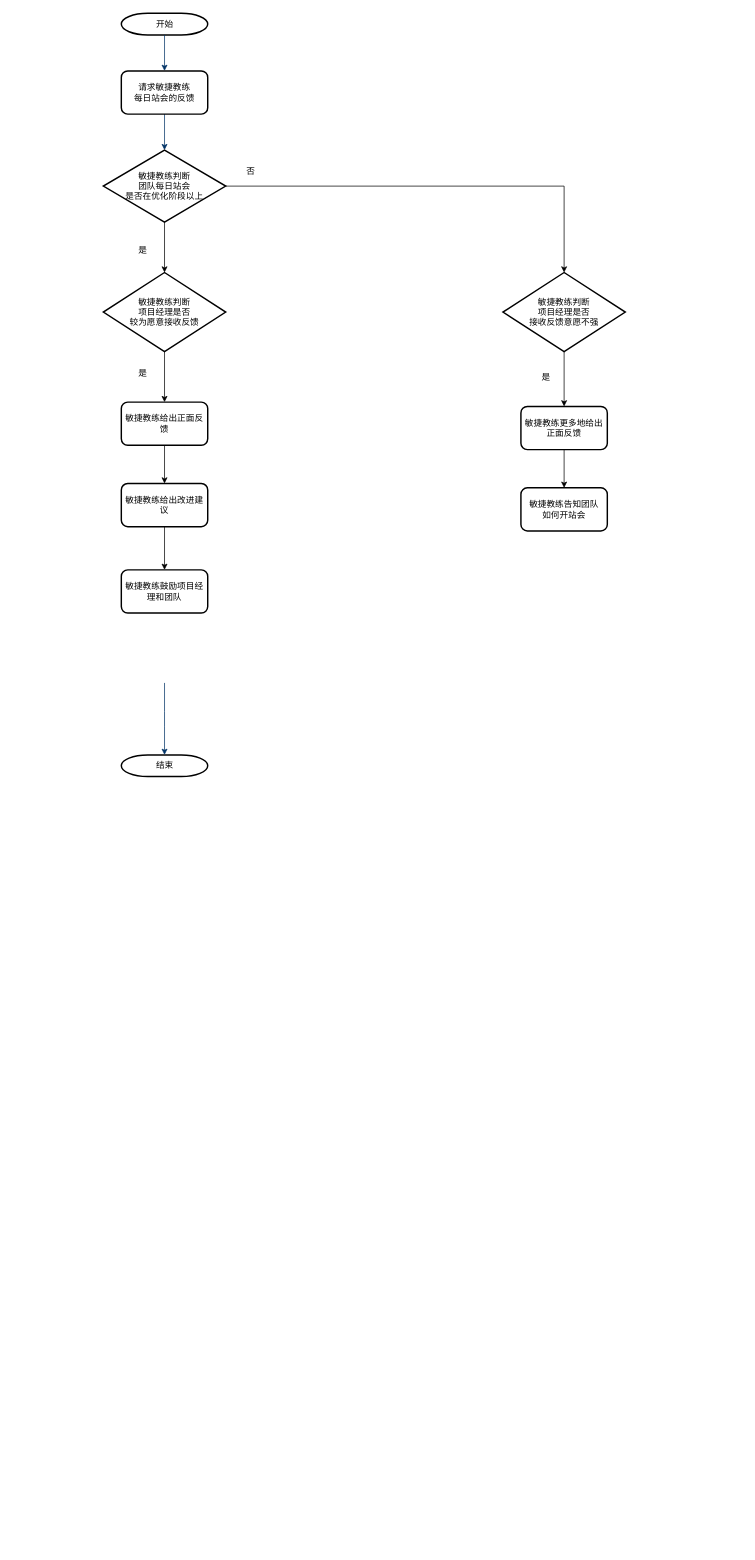
Above: 项目经理请求每日站会反馈流程.drawio in notox/2048 (draw.io), before the change. Source tidied: cells renumbered, new cells numbered last; positions are measured from the earlier drawing's top-left corner, leaving out a move shared by most shapes. Both pictures are drawn from the tidied source at 72%, with x=0, y=0 at pixel (103, 13).
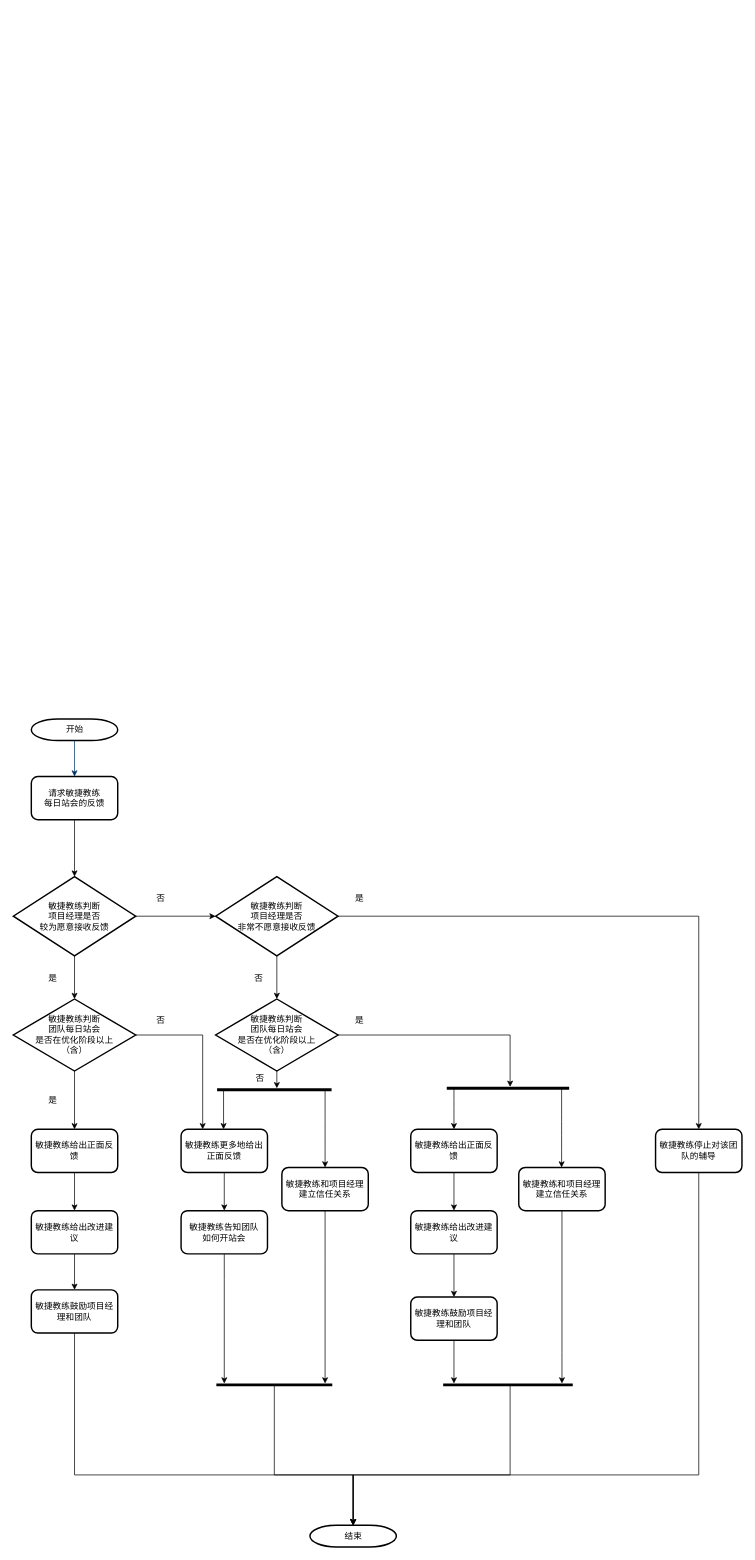
The same page after the edit.

Commit message (it also covers changes not shown here):
Update 项目经理请求每日站会反馈流程.drawio

The edit, as a diff of the source:
```diff
@@
     <mxCell id="2" value="开始" style="shape=mxgraph.flowchart.terminator;strokeWidth=2;gradientColor=none;gradientDirection=north;fontStyle=0;html=1;" parent="1" vertex="1">
-      <mxGeometry x="25" width="120" height="30" as="geometry" />
+      <mxGeometry x="-100" y="980" width="120" height="30" as="geometry" />
     </mxCell>
@@
-    <mxCell id="4" style="fontStyle=1;strokeColor=#003366;strokeWidth=1;html=1;exitX=0.5;exitY=1;exitDx=0;exitDy=0;" parent="1" edge="1" source="7">
-      <mxGeometry relative="1" as="geometry">
-        <mxPoint x="85" y="190" as="targetPoint" />
-      </mxGeometry>
-    </mxCell>
     <mxCell id="5" value="结束" style="shape=mxgraph.flowchart.terminator;strokeWidth=2;gradientColor=none;gradientDirection=north;fontStyle=0;html=1;" parent="1" vertex="1">
-      <mxGeometry x="25" y="1030" width="120" height="30" as="geometry" />
+      <mxGeometry x="287" y="2100" width="120" height="30" as="geometry" />
     </mxCell>
-    <mxCell id="6" style="edgeStyle=elbowEdgeStyle;elbow=vertical;exitX=0.5;exitY=1;exitPerimeter=0;entryX=0.5;entryY=0;entryPerimeter=0;fontStyle=1;strokeColor=#003366;strokeWidth=1;html=1;" parent="1" edge="1" target="5">
-      <mxGeometry y="-820" as="geometry">
-        <mxPoint x="85" y="930" as="sourcePoint" />
-      </mxGeometry>
-    </mxCell>
+    <mxCell id="27" style="edgeStyle=orthogonalEdgeStyle;rounded=0;jettySize=auto;html=1;exitX=0.5;exitY=1;exitDx=0;exitDy=0;" parent="1" edge="1" source="7" target="12">
+      <mxGeometry relative="1" as="geometry" />
+    </mxCell>
     <mxCell id="7" value="请求敏捷教练&lt;br&gt;每日站会的反馈" style="rounded=1;whiteSpace=wrap;html=1;gradientColor=none;strokeWidth=2;" parent="1" vertex="1">
-      <mxGeometry x="25" y="80" width="120" height="60" as="geometry" />
+      <mxGeometry x="-100" y="1060" width="120" height="60" as="geometry" />
     </mxCell>
-    <mxCell id="8" style="edgeStyle=orthogonalEdgeStyle;rounded=0;jettySize=auto;html=1;exitX=0.5;exitY=1;exitDx=0;exitDy=0;entryX=0.5;entryY=0;entryDx=0;entryDy=0;" parent="1" edge="1" source="10" target="12">
-      <mxGeometry relative="1" as="geometry" />
-    </mxCell>
-    <mxCell id="9" style="edgeStyle=orthogonalEdgeStyle;rounded=0;jettySize=auto;html=1;exitX=1;exitY=0.5;exitDx=0;exitDy=0;entryX=0.5;entryY=0;entryDx=0;entryDy=0;" parent="1" edge="1" source="10" target="25">
-      <mxGeometry relative="1" as="geometry" />
-    </mxCell>
-    <mxCell id="10" value="敏捷教练判断&lt;br&gt;团队每日站会&lt;br&gt;是否在优化阶段以上" style="rhombus;whiteSpace=wrap;html=1;strokeWidth=2;gradientColor=none;" parent="1" vertex="1">
-      <mxGeometry y="190" width="170" height="100" as="geometry" />
-    </mxCell>
-    <mxCell id="11" style="edgeStyle=orthogonalEdgeStyle;rounded=0;jettySize=auto;html=1;exitX=0.5;exitY=1;exitDx=0;exitDy=0;" parent="1" edge="1" source="12" target="16">
-      <mxGeometry relative="1" as="geometry" />
-    </mxCell>
+    <mxCell id="28" style="edgeStyle=orthogonalEdgeStyle;rounded=0;jettySize=auto;html=1;exitX=1;exitY=0.5;exitDx=0;exitDy=0;" parent="1" edge="1" source="12" target="50">
+      <mxGeometry relative="1" as="geometry" />
+    </mxCell>
+    <mxCell id="29" style="edgeStyle=orthogonalEdgeStyle;rounded=0;jettySize=auto;html=1;exitX=0.5;exitY=1;exitDx=0;exitDy=0;entryX=0.5;entryY=0;entryDx=0;entryDy=0;" parent="1" edge="1" source="31" target="36">
+      <mxGeometry relative="1" as="geometry" />
+    </mxCell>
+    <mxCell id="30" style="edgeStyle=orthogonalEdgeStyle;rounded=0;jettySize=auto;html=1;exitX=1;exitY=0.5;exitDx=0;exitDy=0;entryX=0.25;entryY=0;entryDx=0;entryDy=0;" parent="1" edge="1" source="31" target="22">
+      <mxGeometry relative="1" as="geometry">
+        <Array as="points">
+          <mxPoint x="138" y="1419" />
+        </Array>
+      </mxGeometry>
+    </mxCell>
+    <mxCell id="31" value="敏捷教练判断&lt;br&gt;团队每日站会&lt;br&gt;是否在优化阶段以上&lt;br&gt;（含）" style="rhombus;whiteSpace=wrap;html=1;strokeWidth=2;gradientColor=none;" parent="1" vertex="1">
+      <mxGeometry x="-125" y="1369" width="170" height="100" as="geometry" />
+    </mxCell>
+    <mxCell id="32" style="edgeStyle=orthogonalEdgeStyle;rounded=0;jettySize=auto;html=1;exitX=0.5;exitY=1;exitDx=0;exitDy=0;" parent="1" edge="1" source="12" target="31">
+      <mxGeometry relative="1" as="geometry" />
+    </mxCell>
     <mxCell id="12" value="敏捷教练判断&lt;br&gt;项目经理是否&lt;br&gt;较为愿意接收反馈" style="rhombus;whiteSpace=wrap;html=1;strokeWidth=2;gradientColor=none;" parent="1" vertex="1">
-      <mxGeometry y="360" width="170" height="110" as="geometry" />
+      <mxGeometry x="-125" y="1199" width="170" height="110" as="geometry" />
     </mxCell>
-    <mxCell id="13" value="是" style="text;html=1;strokeColor=none;fillColor=none;align=center;verticalAlign=middle;whiteSpace=wrap;rounded=0;" parent="1" vertex="1">
-      <mxGeometry x="35" y="320" width="40" height="20" as="geometry" />
-    </mxCell>
-    <mxCell id="14" value="是" style="text;html=1;strokeColor=none;fillColor=none;align=center;verticalAlign=middle;whiteSpace=wrap;rounded=0;" parent="1" vertex="1">
-      <mxGeometry x="35" y="490" width="40" height="20" as="geometry" />
-    </mxCell>
-    <mxCell id="15" style="edgeStyle=orthogonalEdgeStyle;rounded=0;jettySize=auto;html=1;exitX=0.5;exitY=1;exitDx=0;exitDy=0;entryX=0.5;entryY=0;entryDx=0;entryDy=0;" parent="1" edge="1" source="16" target="18">
-      <mxGeometry relative="1" as="geometry" />
-    </mxCell>
-    <mxCell id="16" value="敏捷教练给出正面反馈" style="rounded=1;whiteSpace=wrap;html=1;gradientColor=none;strokeWidth=2;" parent="1" vertex="1">
-      <mxGeometry x="25" y="540" width="120" height="60" as="geometry" />
-    </mxCell>
-    <mxCell id="17" style="edgeStyle=orthogonalEdgeStyle;rounded=0;jettySize=auto;html=1;exitX=0.5;exitY=1;exitDx=0;exitDy=0;entryX=0.5;entryY=0;entryDx=0;entryDy=0;" parent="1" edge="1" source="18" target="19">
-      <mxGeometry relative="1" as="geometry" />
-    </mxCell>
-    <mxCell id="18" value="敏捷教练给出改进建议" style="rounded=1;whiteSpace=wrap;html=1;gradientColor=none;strokeWidth=2;" parent="1" vertex="1">
-      <mxGeometry x="25" y="653" width="120" height="60" as="geometry" />
-    </mxCell>
-    <mxCell id="19" value="敏捷教练鼓励项目经理和团队" style="rounded=1;whiteSpace=wrap;html=1;gradientColor=none;strokeWidth=2;" parent="1" vertex="1">
-      <mxGeometry x="25" y="773" width="120" height="60" as="geometry" />
-    </mxCell>
-    <mxCell id="20" value="否" style="text;html=1;strokeColor=none;fillColor=none;align=center;verticalAlign=middle;whiteSpace=wrap;rounded=0;" parent="1" vertex="1">
-      <mxGeometry x="185" y="210" width="40" height="20" as="geometry" />
-    </mxCell>
+    <mxCell id="33" value="是" style="text;html=1;strokeColor=none;fillColor=none;align=center;verticalAlign=middle;whiteSpace=wrap;rounded=0;" parent="1" vertex="1">
+      <mxGeometry x="-90" y="1330" width="40" height="20" as="geometry" />
+    </mxCell>
+    <mxCell id="34" value="是" style="text;html=1;strokeColor=none;fillColor=none;align=center;verticalAlign=middle;whiteSpace=wrap;rounded=0;" parent="1" vertex="1">
+      <mxGeometry x="-90" y="1500" width="40" height="20" as="geometry" />
+    </mxCell>
+    <mxCell id="35" style="edgeStyle=orthogonalEdgeStyle;rounded=0;jettySize=auto;html=1;exitX=0.5;exitY=1;exitDx=0;exitDy=0;entryX=0.5;entryY=0;entryDx=0;entryDy=0;" parent="1" edge="1" source="36" target="38">
+      <mxGeometry relative="1" as="geometry" />
+    </mxCell>
+    <mxCell id="36" value="敏捷教练给出正面反馈" style="rounded=1;whiteSpace=wrap;html=1;gradientColor=none;strokeWidth=2;" parent="1" vertex="1">
+      <mxGeometry x="-100" y="1550" width="120" height="60" as="geometry" />
+    </mxCell>
+    <mxCell id="37" style="edgeStyle=orthogonalEdgeStyle;rounded=0;jettySize=auto;html=1;exitX=0.5;exitY=1;exitDx=0;exitDy=0;entryX=0.5;entryY=0;entryDx=0;entryDy=0;" parent="1" edge="1" source="38" target="40">
+      <mxGeometry relative="1" as="geometry" />
+    </mxCell>
+    <mxCell id="38" value="敏捷教练给出改进建议" style="rounded=1;whiteSpace=wrap;html=1;gradientColor=none;strokeWidth=2;" parent="1" vertex="1">
+      <mxGeometry x="-100" y="1663" width="120" height="60" as="geometry" />
+    </mxCell>
+    <mxCell id="39" style="edgeStyle=orthogonalEdgeStyle;rounded=0;jettySize=auto;html=1;exitX=0.5;exitY=1;exitDx=0;exitDy=0;entryX=0.5;entryY=0;entryDx=0;entryDy=0;entryPerimeter=0;" parent="1" edge="1" source="40" target="5">
+      <mxGeometry relative="1" as="geometry">
+        <Array as="points">
+          <mxPoint x="-40" y="2030" />
+          <mxPoint x="347" y="2030" />
+        </Array>
+      </mxGeometry>
+    </mxCell>
+    <mxCell id="40" value="敏捷教练鼓励项目经理和团队" style="rounded=1;whiteSpace=wrap;html=1;gradientColor=none;strokeWidth=2;" parent="1" vertex="1">
+      <mxGeometry x="-100" y="1773" width="120" height="60" as="geometry" />
+    </mxCell>
+    <mxCell id="41" value="否" style="text;html=1;strokeColor=none;fillColor=none;align=center;verticalAlign=middle;whiteSpace=wrap;rounded=0;" parent="1" vertex="1">
+      <mxGeometry x="60" y="1220" width="40" height="20" as="geometry" />
+    </mxCell>
@@
     <mxCell id="22" value="敏捷教练更多地给出正面反馈" style="rounded=1;whiteSpace=wrap;html=1;gradientColor=none;strokeWidth=2;" parent="1" vertex="1">
-      <mxGeometry x="580" y="546" width="120" height="60" as="geometry" />
+      <mxGeometry x="108" y="1550" width="120" height="60" as="geometry" />
     </mxCell>
+    <mxCell id="42" style="edgeStyle=orthogonalEdgeStyle;rounded=0;jettySize=auto;html=1;exitX=0.5;exitY=1;exitDx=0;exitDy=0;" parent="1" edge="1" source="23" target="55">
+      <mxGeometry relative="1" as="geometry">
+        <Array as="points">
+          <mxPoint x="168" y="1759" />
+          <mxPoint x="168" y="1759" />
+        </Array>
+      </mxGeometry>
+    </mxCell>
     <mxCell id="23" value="敏捷教练告知团队&lt;br&gt;如何开站会" style="rounded=1;whiteSpace=wrap;html=1;gradientColor=none;strokeWidth=2;" parent="1" vertex="1">
-      <mxGeometry x="580" y="659" width="120" height="60" as="geometry" />
+      <mxGeometry x="108" y="1663" width="120" height="60" as="geometry" />
     </mxCell>
-    <mxCell id="24" style="edgeStyle=orthogonalEdgeStyle;rounded=0;jettySize=auto;html=1;exitX=0.5;exitY=1;exitDx=0;exitDy=0;entryX=0.5;entryY=0;entryDx=0;entryDy=0;" parent="1" edge="1" source="25" target="22">
-      <mxGeometry relative="1" as="geometry" />
-    </mxCell>
-    <mxCell id="25" value="敏捷教练判断&lt;br&gt;项目经理是否&lt;br&gt;接收反馈意愿不强" style="rhombus;whiteSpace=wrap;html=1;strokeWidth=2;gradientColor=none;" parent="1" vertex="1">
-      <mxGeometry x="555" y="360" width="170" height="110" as="geometry" />
-    </mxCell>
-    <mxCell id="26" value="是" style="text;html=1;strokeColor=none;fillColor=none;align=center;verticalAlign=middle;whiteSpace=wrap;rounded=0;" parent="1" vertex="1">
-      <mxGeometry x="595" y="496" width="40" height="20" as="geometry" />
-    </mxCell>
+    <mxCell id="43" style="edgeStyle=orthogonalEdgeStyle;rounded=0;jettySize=auto;html=1;" parent="1" edge="1" source="53">
+      <mxGeometry relative="1" as="geometry">
+        <mxPoint x="167" y="1550" as="targetPoint" />
+        <Array as="points">
+          <mxPoint x="167" y="1550" />
+        </Array>
+      </mxGeometry>
+    </mxCell>
+    <mxCell id="44" style="edgeStyle=orthogonalEdgeStyle;rounded=0;jettySize=auto;html=1;exitX=0.5;exitY=1;exitDx=0;exitDy=0;" parent="1" edge="1" source="45" target="55">
+      <mxGeometry relative="1" as="geometry">
+        <Array as="points">
+          <mxPoint x="308" y="1729" />
+          <mxPoint x="308" y="1729" />
+        </Array>
+      </mxGeometry>
+    </mxCell>
+    <mxCell id="45" value="敏捷教练和项目经理&lt;br&gt;建立信任关系" style="rounded=1;whiteSpace=wrap;html=1;gradientColor=none;strokeWidth=2;" parent="1" vertex="1">
+      <mxGeometry x="248" y="1603" width="120" height="60" as="geometry" />
+    </mxCell>
+    <mxCell id="46" style="edgeStyle=orthogonalEdgeStyle;rounded=0;jettySize=auto;html=1;exitX=0.5;exitY=1;exitDx=0;exitDy=0;entryX=0.5;entryY=0;entryDx=0;entryDy=0;entryPerimeter=0;" parent="1" edge="1" source="47" target="5">
+      <mxGeometry relative="1" as="geometry">
+        <Array as="points">
+          <mxPoint x="827" y="2030" />
+          <mxPoint x="347" y="2030" />
+        </Array>
+      </mxGeometry>
+    </mxCell>
+    <mxCell id="47" value="敏捷教练停止对该团队的辅导" style="rounded=1;whiteSpace=wrap;html=1;gradientColor=none;strokeWidth=2;" parent="1" vertex="1">
+      <mxGeometry x="767" y="1550" width="120" height="60" as="geometry" />
+    </mxCell>
+    <mxCell id="48" style="edgeStyle=orthogonalEdgeStyle;rounded=0;jettySize=auto;html=1;exitX=1;exitY=0.5;exitDx=0;exitDy=0;" parent="1" edge="1" source="50" target="47">
+      <mxGeometry relative="1" as="geometry" />
+    </mxCell>
+    <mxCell id="49" style="edgeStyle=orthogonalEdgeStyle;rounded=0;jettySize=auto;html=1;exitX=0.5;exitY=1;exitDx=0;exitDy=0;" parent="1" edge="1" source="50" target="58">
+      <mxGeometry relative="1" as="geometry" />
+    </mxCell>
+    <mxCell id="50" value="敏捷教练判断&lt;br&gt;项目经理是否&lt;br&gt;非常不愿意接收反馈" style="rhombus;whiteSpace=wrap;html=1;strokeWidth=2;gradientColor=none;" parent="1" vertex="1">
+      <mxGeometry x="156" y="1199" width="170" height="110" as="geometry" />
+    </mxCell>
+    <mxCell id="51" value="否" style="text;html=1;strokeColor=none;fillColor=none;align=center;verticalAlign=middle;whiteSpace=wrap;rounded=0;" parent="1" vertex="1">
+      <mxGeometry x="196" y="1330" width="40" height="20" as="geometry" />
+    </mxCell>
+    <mxCell id="52" value="是" style="text;html=1;strokeColor=none;fillColor=none;align=center;verticalAlign=middle;whiteSpace=wrap;rounded=0;" parent="1" vertex="1">
+      <mxGeometry x="336" y="1220" width="40" height="20" as="geometry" />
+    </mxCell>
+    <mxCell id="53" style="line;strokeWidth=4;html=1;perimeter=backbonePerimeter;points=[];outlineConnect=0;gradientColor=none;" parent="1" vertex="1">
+      <mxGeometry x="158" y="1490" width="159" height="10" as="geometry" />
+    </mxCell>
+    <mxCell id="54" style="endArrow=classic;html=1;entryX=0.5;entryY=0;entryDx=0;entryDy=0;" parent="1" edge="1" source="53" target="45">
+      <mxGeometry relative="1" as="geometry">
+        <Array as="points">
+          <mxPoint x="308" y="1529" />
+          <mxPoint x="308" y="1569" />
+        </Array>
+      </mxGeometry>
+    </mxCell>
+    <mxCell id="55" style="line;strokeWidth=4;html=1;perimeter=backbonePerimeter;points=[];outlineConnect=0;gradientColor=none;" parent="1" vertex="1">
+      <mxGeometry x="157" y="1900" width="161" height="10" as="geometry" />
+    </mxCell>
+    <mxCell id="56" style="edgeStyle=orthogonalEdgeStyle;rounded=0;jettySize=auto;html=1;exitX=0.5;exitY=1;exitDx=0;exitDy=0;" parent="1" edge="1" source="58">
+      <mxGeometry relative="1" as="geometry">
+        <mxPoint x="241" y="1493" as="targetPoint" />
+        <Array as="points">
+          <mxPoint x="241" y="1493" />
+        </Array>
+      </mxGeometry>
+    </mxCell>
+    <mxCell id="57" style="edgeStyle=orthogonalEdgeStyle;rounded=0;jettySize=auto;html=1;exitX=1;exitY=0.5;exitDx=0;exitDy=0;" parent="1" edge="1" source="58" target="69">
+      <mxGeometry relative="1" as="geometry">
+        <Array as="points">
+          <mxPoint x="565" y="1419" />
+        </Array>
+      </mxGeometry>
+    </mxCell>
+    <mxCell id="58" value="敏捷教练判断&lt;br&gt;团队每日站会&lt;br&gt;是否在优化阶段以上&lt;br&gt;（含）" style="rhombus;whiteSpace=wrap;html=1;strokeWidth=2;gradientColor=none;" parent="1" vertex="1">
+      <mxGeometry x="156" y="1369" width="170" height="100" as="geometry" />
+    </mxCell>
+    <mxCell id="59" value="否" style="text;html=1;strokeColor=none;fillColor=none;align=center;verticalAlign=middle;whiteSpace=wrap;rounded=0;" parent="1" vertex="1">
+      <mxGeometry x="198" y="1470" width="40" height="20" as="geometry" />
+    </mxCell>
+    <mxCell id="60" value="否" style="text;html=1;strokeColor=none;fillColor=none;align=center;verticalAlign=middle;whiteSpace=wrap;rounded=0;" parent="1" vertex="1">
+      <mxGeometry x="60" y="1389" width="40" height="20" as="geometry" />
+    </mxCell>
+    <mxCell id="61" style="edgeStyle=orthogonalEdgeStyle;rounded=0;jettySize=auto;html=1;exitX=0.5;exitY=1;exitDx=0;exitDy=0;entryX=0.5;entryY=0;entryDx=0;entryDy=0;" parent="1" edge="1" source="62" target="64">
+      <mxGeometry relative="1" as="geometry" />
+    </mxCell>
+    <mxCell id="62" value="敏捷教练给出正面反馈" style="rounded=1;whiteSpace=wrap;html=1;gradientColor=none;strokeWidth=2;" parent="1" vertex="1">
+      <mxGeometry x="427" y="1550" width="120" height="60" as="geometry" />
+    </mxCell>
+    <mxCell id="63" style="edgeStyle=orthogonalEdgeStyle;rounded=0;jettySize=auto;html=1;exitX=0.5;exitY=1;exitDx=0;exitDy=0;entryX=0.5;entryY=0;entryDx=0;entryDy=0;" parent="1" edge="1" source="64" target="66">
+      <mxGeometry relative="1" as="geometry" />
+    </mxCell>
+    <mxCell id="64" value="敏捷教练给出改进建议" style="rounded=1;whiteSpace=wrap;html=1;gradientColor=none;strokeWidth=2;" parent="1" vertex="1">
+      <mxGeometry x="427" y="1663" width="120" height="60" as="geometry" />
+    </mxCell>
+    <mxCell id="65" style="edgeStyle=orthogonalEdgeStyle;rounded=0;jettySize=auto;html=1;exitX=0.5;exitY=1;exitDx=0;exitDy=0;" parent="1" edge="1" source="66" target="73">
+      <mxGeometry relative="1" as="geometry">
+        <Array as="points">
+          <mxPoint x="487" y="1890" />
+          <mxPoint x="487" y="1890" />
+        </Array>
+      </mxGeometry>
+    </mxCell>
+    <mxCell id="66" value="敏捷教练鼓励项目经理和团队" style="rounded=1;whiteSpace=wrap;html=1;gradientColor=none;strokeWidth=2;" parent="1" vertex="1">
+      <mxGeometry x="427" y="1783" width="120" height="60" as="geometry" />
+    </mxCell>
+    <mxCell id="67" style="edgeStyle=orthogonalEdgeStyle;rounded=0;jettySize=auto;html=1;exitX=0.5;exitY=1;exitDx=0;exitDy=0;" parent="1" edge="1" source="68" target="73">
+      <mxGeometry relative="1" as="geometry">
+        <Array as="points">
+          <mxPoint x="637" y="1860" />
+          <mxPoint x="637" y="1860" />
+        </Array>
+      </mxGeometry>
+    </mxCell>
+    <mxCell id="68" value="敏捷教练和项目经理&lt;br&gt;建立信任关系" style="rounded=1;whiteSpace=wrap;html=1;gradientColor=none;strokeWidth=2;" parent="1" vertex="1">
+      <mxGeometry x="577" y="1603" width="120" height="60" as="geometry" />
+    </mxCell>
+    <mxCell id="69" style="line;strokeWidth=4;html=1;perimeter=backbonePerimeter;points=[];outlineConnect=0;gradientColor=none;" parent="1" vertex="1">
+      <mxGeometry x="477" y="1488" width="170" height="10" as="geometry" />
+    </mxCell>
+    <mxCell id="70" value="是" style="text;html=1;strokeColor=none;fillColor=none;align=center;verticalAlign=middle;whiteSpace=wrap;rounded=0;" parent="1" vertex="1">
+      <mxGeometry x="336" y="1389" width="40" height="20" as="geometry" />
+    </mxCell>
+    <mxCell id="71" style="endArrow=classic;html=1;" parent="1" edge="1" source="69">
+      <mxGeometry relative="1" as="geometry">
+        <mxPoint x="487" y="1550" as="targetPoint" />
+        <Array as="points">
+          <mxPoint x="487" y="1520" />
+          <mxPoint x="487" y="1550" />
+        </Array>
+      </mxGeometry>
+    </mxCell>
+    <mxCell id="72" style="endArrow=classic;html=1;entryX=0.5;entryY=0;entryDx=0;entryDy=0;" parent="1" edge="1" source="69">
+      <mxGeometry relative="1" as="geometry">
+        <mxPoint x="636.5" y="1603" as="targetPoint" />
+        <Array as="points">
+          <mxPoint x="636.5" y="1529" />
+          <mxPoint x="636.5" y="1569" />
+        </Array>
+      </mxGeometry>
+    </mxCell>
+    <mxCell id="73" style="line;strokeWidth=4;html=1;perimeter=backbonePerimeter;points=[];outlineConnect=0;gradientColor=none;" parent="1" vertex="1">
+      <mxGeometry x="472" y="1900" width="180" height="10" as="geometry" />
+    </mxCell>
+    <mxCell id="74" style="edgeStyle=orthogonalEdgeStyle;rounded=0;jettySize=auto;html=1;entryX=0.5;entryY=0;entryDx=0;entryDy=0;entryPerimeter=0;" parent="1" edge="1" source="55" target="5">
+      <mxGeometry relative="1" as="geometry">
+        <Array as="points">
+          <mxPoint x="238" y="2030" />
+          <mxPoint x="347" y="2030" />
+        </Array>
+      </mxGeometry>
+    </mxCell>
+    <mxCell id="75" style="edgeStyle=orthogonalEdgeStyle;rounded=0;jettySize=auto;html=1;entryX=0.5;entryY=0;entryDx=0;entryDy=0;entryPerimeter=0;" parent="1" edge="1" source="73" target="5">
+      <mxGeometry relative="1" as="geometry">
+        <Array as="points">
+          <mxPoint x="565" y="2030" />
+          <mxPoint x="347" y="2030" />
+        </Array>
+      </mxGeometry>
+    </mxCell>
```
